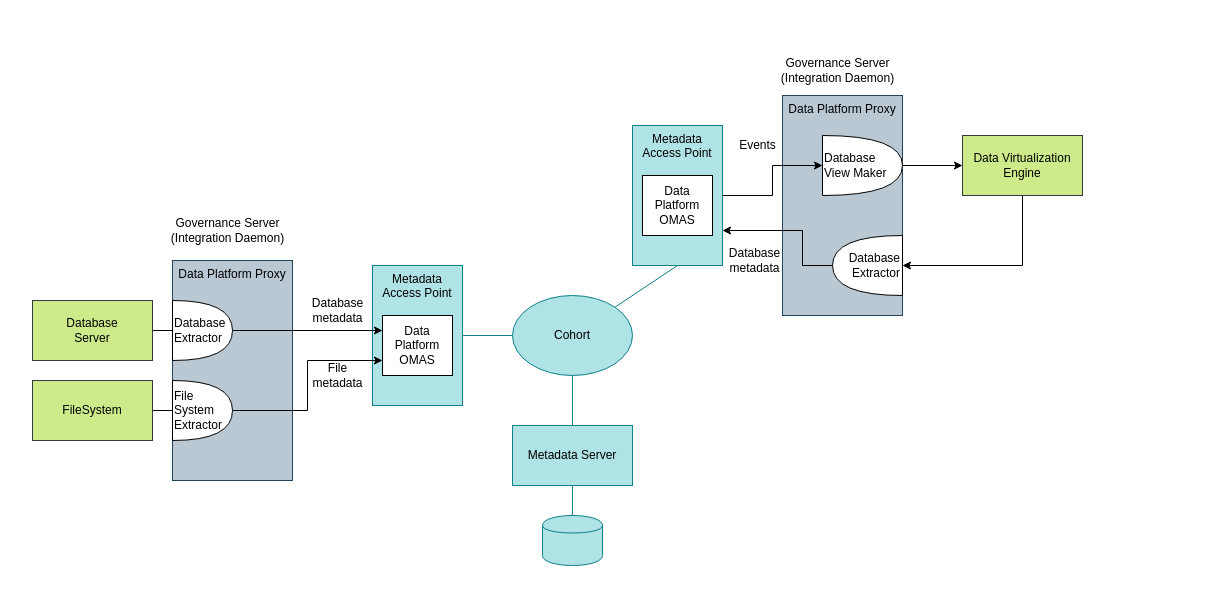
odpi/egeria keeps this draw.io diagram as page "metadata-synchronization" (3 of 3) of open-metadata-publication/website/solutions/data-manager-integration/data-manager-integration.drawio. Above is the earlier version. Source tidied: cells renumbered, new cells numbered last; positions are measured from the earlier drawing's top-left corner, leaving out a move shared by most shapes. Both pictures are drawn from the tidied source at 100%, with x=0, y=0 at pixel (32, 55).
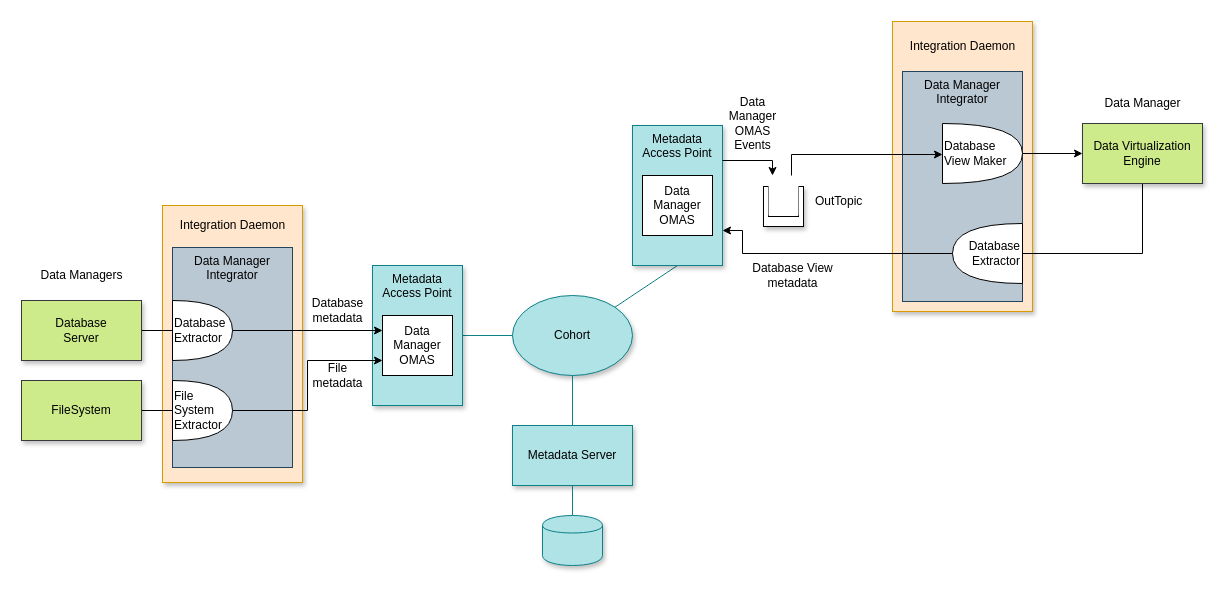
The same page after the edit.

The change refers to these unchanged cells:
```xml
<mxCell id="17" value="Database&lt;br&gt;Extractor" style="shape=or;whiteSpace=wrap;html=1;align=left;" parent="1" vertex="1">
  <mxGeometry x="140" y="245" width="60" height="60" as="geometry" />
</mxCell>
<mxCell id="19" value="File&lt;br&gt;System&lt;br&gt;Extractor" style="shape=or;whiteSpace=wrap;html=1;align=left;" parent="1" vertex="1">
  <mxGeometry x="140" y="325" width="60" height="60" as="geometry" />
</mxCell>
```

What changed in the source:
```diff
@@
+    <mxCell id="36" value="Data Managers" style="text;html=1;align=center;verticalAlign=middle;" parent="1" vertex="1">
+      <mxGeometry x="-1" y="210" width="100" height="20" as="geometry" />
+    </mxCell>
+    <mxCell id="37" style="rounded=0;whiteSpace=wrap;html=1;fillColor=#ffe6cc;strokeColor=#d79b00;shadow=1;" parent="1" vertex="1">
+      <mxGeometry x="860" y="-34" width="140" height="290" as="geometry" />
+    </mxCell>
+    <mxCell id="38" style="rounded=0;whiteSpace=wrap;html=1;fillColor=#ffe6cc;strokeColor=#d79b00;shadow=1;" parent="1" vertex="1">
+      <mxGeometry x="130" y="150" width="140" height="277" as="geometry" />
+    </mxCell>
@@
-    <mxCell id="3" value="Database&lt;br&gt;Server" style="rounded=0;whiteSpace=wrap;html=1;fillColor=#cdeb8b;strokeColor=#36393d;" parent="1" vertex="1">
-      <mxGeometry y="245" width="120" height="60" as="geometry" />
+    <mxCell id="3" value="Database&lt;br&gt;Server" style="rounded=0;whiteSpace=wrap;html=1;fillColor=#cdeb8b;strokeColor=#36393d;shadow=1;" parent="1" vertex="1">
+      <mxGeometry x="-11" y="245" width="120" height="60" as="geometry" />
     </mxCell>
-    <mxCell id="4" value="Data Platform Proxy" style="rounded=0;whiteSpace=wrap;html=1;verticalAlign=top;fillColor=#bac8d3;strokeColor=#23445d;" parent="1" vertex="1">
-      <mxGeometry x="140" y="205" width="120" height="220" as="geometry" />
-    </mxCell>
+    <mxCell id="39" value="Data Manager&lt;br&gt;Integrator" style="rounded=0;whiteSpace=wrap;html=1;verticalAlign=top;fillColor=#bac8d3;strokeColor=#23445d;" parent="1" vertex="1">
+      <mxGeometry x="140" y="192" width="120" height="220" as="geometry" />
+    </mxCell>
@@
-    <mxCell id="6" value="FileSystem" style="rounded=0;whiteSpace=wrap;html=1;fillColor=#cdeb8b;strokeColor=#36393d;" parent="1" vertex="1">
-      <mxGeometry y="325" width="120" height="60" as="geometry" />
+    <mxCell id="6" value="FileSystem" style="rounded=0;whiteSpace=wrap;html=1;fillColor=#cdeb8b;strokeColor=#36393d;shadow=1;" parent="1" vertex="1">
+      <mxGeometry x="-11" y="325" width="120" height="60" as="geometry" />
     </mxCell>
-    <mxCell id="7" style="edgeStyle=none;rounded=0;jettySize=auto;html=1;exitX=1;exitY=0;exitDx=0;exitDy=0;entryX=0.5;entryY=1;entryDx=0;entryDy=0;endArrow=none;endFill=0;fillColor=#b0e3e6;strokeColor=#0e8088;" parent="1" edge="1" source="8" target="20">
-      <mxGeometry relative="1" as="geometry" />
-    </mxCell>
+    <mxCell id="40" style="edgeStyle=none;rounded=0;jettySize=auto;html=1;exitX=1;exitY=0;exitDx=0;exitDy=0;entryX=0.5;entryY=1;entryDx=0;entryDy=0;endArrow=none;endFill=0;fillColor=#b0e3e6;strokeColor=#0e8088;" parent="1" edge="1" source="8" target="48">
+      <mxGeometry relative="1" as="geometry" />
+    </mxCell>
-    <mxCell id="8" value="Cohort" style="ellipse;whiteSpace=wrap;html=1;fillColor=#b0e3e6;strokeColor=#0e8088;" parent="1" vertex="1">
+    <mxCell id="8" value="Cohort" style="ellipse;whiteSpace=wrap;html=1;fillColor=#b0e3e6;strokeColor=#0e8088;shadow=1;" parent="1" vertex="1">
       <mxGeometry x="480" y="240" width="120" height="80" as="geometry" />
     </mxCell>
@@
-    <mxCell id="10" value="Metadata Server" style="rounded=0;whiteSpace=wrap;html=1;fillColor=#b0e3e6;strokeColor=#0e8088;" parent="1" vertex="1">
+    <mxCell id="10" value="Metadata Server" style="rounded=0;whiteSpace=wrap;html=1;fillColor=#b0e3e6;strokeColor=#0e8088;shadow=1;" parent="1" vertex="1">
       <mxGeometry x="480" y="370" width="120" height="60" as="geometry" />
     </mxCell>
-    <mxCell id="11" style="edgeStyle=orthogonalEdgeStyle;rounded=0;jettySize=auto;html=1;exitX=0.5;exitY=0;exitDx=0;exitDy=0;entryX=0.5;entryY=1;entryDx=0;entryDy=0;endArrow=none;endFill=0;fillColor=#b0e3e6;strokeColor=#0e8088;" parent="1" edge="1" source="12" target="10">
-      <mxGeometry relative="1" as="geometry" />
-    </mxCell>
-    <mxCell id="12" style="shape=cylinder;whiteSpace=wrap;html=1;boundedLbl=1;backgroundOutline=1;fillColor=#b0e3e6;strokeColor=#0e8088;" parent="1" vertex="1">
-      <mxGeometry x="510" y="460" width="60" height="50" as="geometry" />
-    </mxCell>
-    <mxCell id="13" style="edgeStyle=none;rounded=0;jettySize=auto;html=1;exitX=1;exitY=0.5;exitDx=0;exitDy=0;entryX=0;entryY=0.5;entryDx=0;entryDy=0;endArrow=none;endFill=0;fillColor=#b0e3e6;strokeColor=#0e8088;" parent="1" edge="1" source="14" target="8">
-      <mxGeometry relative="1" as="geometry" />
-    </mxCell>
-    <mxCell id="14" value="Metadata Access Point" style="rounded=0;whiteSpace=wrap;html=1;verticalAlign=top;fillColor=#b0e3e6;strokeColor=#0e8088;" parent="1" vertex="1">
-      <mxGeometry x="340" y="210" width="90" height="140" as="geometry" />
-    </mxCell>
-    <mxCell id="15" value="Data&lt;br&gt;Platform&lt;br&gt;OMAS" style="rounded=0;whiteSpace=wrap;html=1;" parent="1" vertex="1">
-      <mxGeometry x="350" y="260" width="70" height="60" as="geometry" />
-    </mxCell>
-    <mxCell id="16" style="edgeStyle=orthogonalEdgeStyle;rounded=0;jettySize=auto;html=1;exitX=1;exitY=0.5;exitDx=0;exitDy=0;exitPerimeter=0;entryX=0;entryY=0.25;entryDx=0;entryDy=0;endArrow=classic;endFill=1;" parent="1" edge="1" source="17" target="15">
-      <mxGeometry relative="1" as="geometry" />
-    </mxCell>
+    <mxCell id="41" style="edgeStyle=orthogonalEdgeStyle;rounded=0;jettySize=auto;html=1;exitX=0.5;exitY=0;exitDx=0;exitDy=0;entryX=0.5;entryY=1;entryDx=0;entryDy=0;endArrow=none;endFill=0;fillColor=#b0e3e6;strokeColor=#0e8088;" parent="1" edge="1" source="42" target="10">
+      <mxGeometry relative="1" as="geometry" />
+    </mxCell>
+    <mxCell id="42" style="shape=cylinder;whiteSpace=wrap;html=1;boundedLbl=1;backgroundOutline=1;fillColor=#b0e3e6;strokeColor=#0e8088;shadow=1;" parent="1" vertex="1">
+      <mxGeometry x="510" y="460" width="60" height="50" as="geometry" />
+    </mxCell>
+    <mxCell id="43" style="edgeStyle=none;rounded=0;jettySize=auto;html=1;exitX=1;exitY=0.5;exitDx=0;exitDy=0;entryX=0;entryY=0.5;entryDx=0;entryDy=0;endArrow=none;endFill=0;fillColor=#b0e3e6;strokeColor=#0e8088;" parent="1" edge="1" source="44" target="8">
+      <mxGeometry relative="1" as="geometry" />
+    </mxCell>
+    <mxCell id="44" value="Metadata Access Point" style="rounded=0;whiteSpace=wrap;html=1;verticalAlign=top;fillColor=#b0e3e6;strokeColor=#0e8088;shadow=1;" parent="1" vertex="1">
+      <mxGeometry x="340" y="210" width="90" height="140" as="geometry" />
+    </mxCell>
+    <mxCell id="45" value="Data&lt;br&gt;Manager&lt;br&gt;OMAS" style="rounded=0;whiteSpace=wrap;html=1;" parent="1" vertex="1">
+      <mxGeometry x="350" y="260" width="70" height="60" as="geometry" />
+    </mxCell>
+    <mxCell id="46" style="edgeStyle=orthogonalEdgeStyle;rounded=0;jettySize=auto;html=1;exitX=1;exitY=0.5;exitDx=0;exitDy=0;exitPerimeter=0;entryX=0;entryY=0.25;entryDx=0;entryDy=0;endArrow=classic;endFill=1;" parent="1" edge="1" source="17" target="45">
+      <mxGeometry relative="1" as="geometry" />
+    </mxCell>
@@
-    <mxCell id="18" style="edgeStyle=orthogonalEdgeStyle;rounded=0;jettySize=auto;html=1;entryX=0;entryY=0.75;entryDx=0;entryDy=0;endArrow=classic;endFill=1;" parent="1" edge="1" source="19" target="15">
-      <mxGeometry relative="1" as="geometry" />
-    </mxCell>
+    <mxCell id="47" style="edgeStyle=orthogonalEdgeStyle;rounded=0;jettySize=auto;html=1;entryX=0;entryY=0.75;entryDx=0;entryDy=0;endArrow=classic;endFill=1;" parent="1" edge="1" source="19" target="45">
+      <mxGeometry relative="1" as="geometry" />
+    </mxCell>
@@
-    <mxCell id="20" value="Metadata Access Point" style="rounded=0;whiteSpace=wrap;html=1;verticalAlign=top;fillColor=#b0e3e6;strokeColor=#0e8088;" parent="1" vertex="1">
-      <mxGeometry x="600" y="70" width="90" height="140" as="geometry" />
-    </mxCell>
-    <mxCell id="21" value="Data&lt;br&gt;Platform&lt;br&gt;OMAS" style="rounded=0;whiteSpace=wrap;html=1;" parent="1" vertex="1">
-      <mxGeometry x="610" y="120" width="70" height="60" as="geometry" />
-    </mxCell>
-    <mxCell id="22" value="Data Platform Proxy" style="rounded=0;whiteSpace=wrap;html=1;verticalAlign=top;fillColor=#bac8d3;strokeColor=#23445d;" parent="1" vertex="1">
-      <mxGeometry x="750" y="40" width="120" height="220" as="geometry" />
-    </mxCell>
-    <mxCell id="23" style="edgeStyle=orthogonalEdgeStyle;rounded=0;jettySize=auto;html=1;exitX=1;exitY=0.5;exitDx=0;exitDy=0;exitPerimeter=0;entryX=1;entryY=0.75;entryDx=0;entryDy=0;endArrow=classic;endFill=1;" parent="1" edge="1" source="24" target="20">
-      <mxGeometry relative="1" as="geometry">
-        <Array as="points">
-          <mxPoint x="770" y="210" />
-          <mxPoint x="770" y="175" />
-        </Array>
-      </mxGeometry>
-    </mxCell>
+    <mxCell id="48" value="Metadata Access Point" style="rounded=0;whiteSpace=wrap;html=1;verticalAlign=top;fillColor=#b0e3e6;strokeColor=#0e8088;shadow=1;" parent="1" vertex="1">
+      <mxGeometry x="600" y="70" width="90" height="140" as="geometry" />
+    </mxCell>
+    <mxCell id="49" value="Data&lt;br&gt;Manager&lt;br&gt;OMAS" style="rounded=0;whiteSpace=wrap;html=1;" parent="1" vertex="1">
+      <mxGeometry x="610" y="120" width="70" height="60" as="geometry" />
+    </mxCell>
+    <mxCell id="50" value="Data Manager Integrator" style="rounded=0;whiteSpace=wrap;html=1;verticalAlign=top;fillColor=#bac8d3;strokeColor=#23445d;" parent="1" vertex="1">
+      <mxGeometry x="870" y="16" width="120" height="230" as="geometry" />
+    </mxCell>
+    <mxCell id="51" style="edgeStyle=orthogonalEdgeStyle;rounded=0;jettySize=auto;html=1;exitX=1;exitY=0.5;exitDx=0;exitDy=0;exitPerimeter=0;entryX=1;entryY=0.75;entryDx=0;entryDy=0;endArrow=classic;endFill=1;" parent="1" edge="1" source="24" target="48">
+      <mxGeometry relative="1" as="geometry">
+        <Array as="points">
+          <mxPoint x="710" y="198" />
+          <mxPoint x="710" y="175" />
+        </Array>
+      </mxGeometry>
+    </mxCell>
     <mxCell id="24" value="Database&lt;br&gt;Extractor" style="shape=or;whiteSpace=wrap;html=1;align=right;flipV=1;flipH=1;" parent="1" vertex="1">
-      <mxGeometry x="800" y="180" width="70" height="60" as="geometry" />
+      <mxGeometry x="920" y="168" width="70" height="60" as="geometry" />
     </mxCell>
@@
     <mxCell id="26" value="Database&lt;br&gt;View Maker" style="shape=or;whiteSpace=wrap;html=1;align=left;flipV=1;flipH=0;" parent="1" vertex="1">
-      <mxGeometry x="790" y="80" width="80" height="60" as="geometry" />
+      <mxGeometry x="910" y="68" width="80" height="60" as="geometry" />
     </mxCell>
-    <mxCell id="27" style="edgeStyle=orthogonalEdgeStyle;rounded=0;jettySize=auto;html=1;exitX=0.5;exitY=1;exitDx=0;exitDy=0;entryX=0;entryY=0.5;entryDx=0;entryDy=0;entryPerimeter=0;endArrow=classic;endFill=1;" parent="1" edge="1" source="28" target="24">
+    <mxCell id="27" style="edgeStyle=orthogonalEdgeStyle;rounded=0;jettySize=auto;html=1;exitX=0.5;exitY=1;exitDx=0;exitDy=0;entryX=0;entryY=0.5;entryDx=0;entryDy=0;entryPerimeter=0;endArrow=none;endFill=0;" parent="1" edge="1" source="28" target="24">
       <mxGeometry relative="1" as="geometry" />
     </mxCell>
-    <mxCell id="28" value="Data Virtualization&lt;br&gt;Engine" style="rounded=0;whiteSpace=wrap;html=1;align=center;fillColor=#cdeb8b;strokeColor=#36393d;" parent="1" vertex="1">
-      <mxGeometry x="930" y="80" width="120" height="60" as="geometry" />
+    <mxCell id="28" value="Data Virtualization&lt;br&gt;Engine" style="rounded=0;whiteSpace=wrap;html=1;align=center;fillColor=#cdeb8b;strokeColor=#36393d;shadow=1;" parent="1" vertex="1">
+      <mxGeometry x="1050" y="68" width="120" height="60" as="geometry" />
     </mxCell>
-    <mxCell id="29" value="Events" style="text;html=1;align=center;verticalAlign=middle;" parent="1" vertex="1">
-      <mxGeometry x="700" y="80" width="50" height="20" as="geometry" />
-    </mxCell>
-    <mxCell id="30" value="Database&lt;br&gt;metadata" style="text;html=1;align=center;verticalAlign=middle;" parent="1" vertex="1">
-      <mxGeometry x="687" y="190" width="70" height="30" as="geometry" />
-    </mxCell>
-    <mxCell id="31" style="edgeStyle=orthogonalEdgeStyle;rounded=0;jettySize=auto;html=1;exitX=1;exitY=0.5;exitDx=0;exitDy=0;entryX=0;entryY=0.5;entryDx=0;entryDy=0;entryPerimeter=0;endArrow=classic;endFill=1;" parent="1" edge="1" source="20" target="26">
-      <mxGeometry relative="1" as="geometry" />
-    </mxCell>
+    <mxCell id="52" value="Data&lt;br&gt;Manager&lt;br&gt;OMAS&lt;br&gt;Events" style="text;html=1;align=center;verticalAlign=middle;" parent="1" vertex="1">
+      <mxGeometry x="690" y="38" width="60" height="60" as="geometry" />
+    </mxCell>
+    <mxCell id="53" value="Database View&lt;br&gt;metadata" style="text;html=1;align=center;verticalAlign=middle;" parent="1" vertex="1">
+      <mxGeometry x="710" y="205" width="100" height="30" as="geometry" />
+    </mxCell>
+    <mxCell id="54" style="edgeStyle=orthogonalEdgeStyle;rounded=0;orthogonalLoop=1;jettySize=auto;html=1;exitX=0.75;exitY=0;exitDx=0;exitDy=0;endArrow=classic;endFill=1;" parent="1" edge="1">
+      <mxGeometry relative="1" as="geometry">
+        <mxPoint x="759" y="121" as="sourcePoint" />
+        <mxPoint x="910" y="99" as="targetPoint" />
+        <Array as="points">
+          <mxPoint x="759" y="99" />
+        </Array>
+      </mxGeometry>
+    </mxCell>
@@
-    <mxCell id="34" value="Governance Server&lt;br&gt;(Integration Daemon)" style="text;html=1;align=center;verticalAlign=middle;" parent="1" vertex="1">
-      <mxGeometry x="130" y="160" width="130" height="30" as="geometry" />
-    </mxCell>
-    <mxCell id="35" value="Governance Server&lt;br&gt;(Integration Daemon)" style="text;html=1;align=center;verticalAlign=middle;" parent="1" vertex="1">
-      <mxGeometry x="740" width="130" height="30" as="geometry" />
-    </mxCell>
+    <mxCell id="55" value="Integration Daemon" style="text;html=1;align=center;verticalAlign=middle;" parent="1" vertex="1">
+      <mxGeometry x="140" y="160" width="120" height="20" as="geometry" />
+    </mxCell>
+    <mxCell id="56" value="Integration Daemon" style="text;html=1;align=center;verticalAlign=middle;" parent="1" vertex="1">
+      <mxGeometry x="870" y="-19" width="120" height="20" as="geometry" />
+    </mxCell>
+    <mxCell id="57" value="Data Manager" style="text;html=1;align=center;verticalAlign=middle;" parent="1" vertex="1">
+      <mxGeometry x="1065" y="38" width="90" height="20" as="geometry" />
+    </mxCell>
+    <mxCell id="58" style="edgeStyle=orthogonalEdgeStyle;rounded=0;jettySize=auto;html=1;exitX=1;exitY=0.25;exitDx=0;exitDy=0;endArrow=classic;endFill=1;" parent="1" edge="1" source="48" target="64">
+      <mxGeometry relative="1" as="geometry">
+        <Array as="points">
+          <mxPoint x="740" y="105" />
+        </Array>
+      </mxGeometry>
+    </mxCell>
+    <mxCell id="59" style="group;" parent="1" vertex="1">
+      <mxGeometry x="731" y="120" width="40" height="51" as="geometry" />
+    </mxCell>
+    <mxCell id="60" style="group;" parent="59" vertex="1">
+      <mxGeometry width="40" height="51" as="geometry" />
+    </mxCell>
+    <mxCell id="61" style="group;" parent="60" vertex="1">
+      <mxGeometry width="40" height="51" as="geometry" />
+    </mxCell>
+    <mxCell id="62" style="whiteSpace=wrap;html=1;fontSize=12;shadow=1;" parent="61" vertex="1">
+      <mxGeometry y="11" width="40" height="40" as="geometry" />
+    </mxCell>
+    <mxCell id="63" style="rounded=0;whiteSpace=wrap;html=1;fontSize=12;" parent="61" vertex="1">
+      <mxGeometry x="5" y="11" width="30" height="30" as="geometry" />
+    </mxCell>
+    <mxCell id="64" style="rounded=0;whiteSpace=wrap;html=1;fontSize=12;strokeColor=none;" parent="61" vertex="1">
+      <mxGeometry x="5" width="30" height="40" as="geometry" />
+    </mxCell>
+    <mxCell id="65" value="OutTopic" style="text;html=1;align=left;verticalAlign=middle;" parent="1" vertex="1">
+      <mxGeometry x="781" y="135.5" width="60" height="20" as="geometry" />
+    </mxCell>
```
